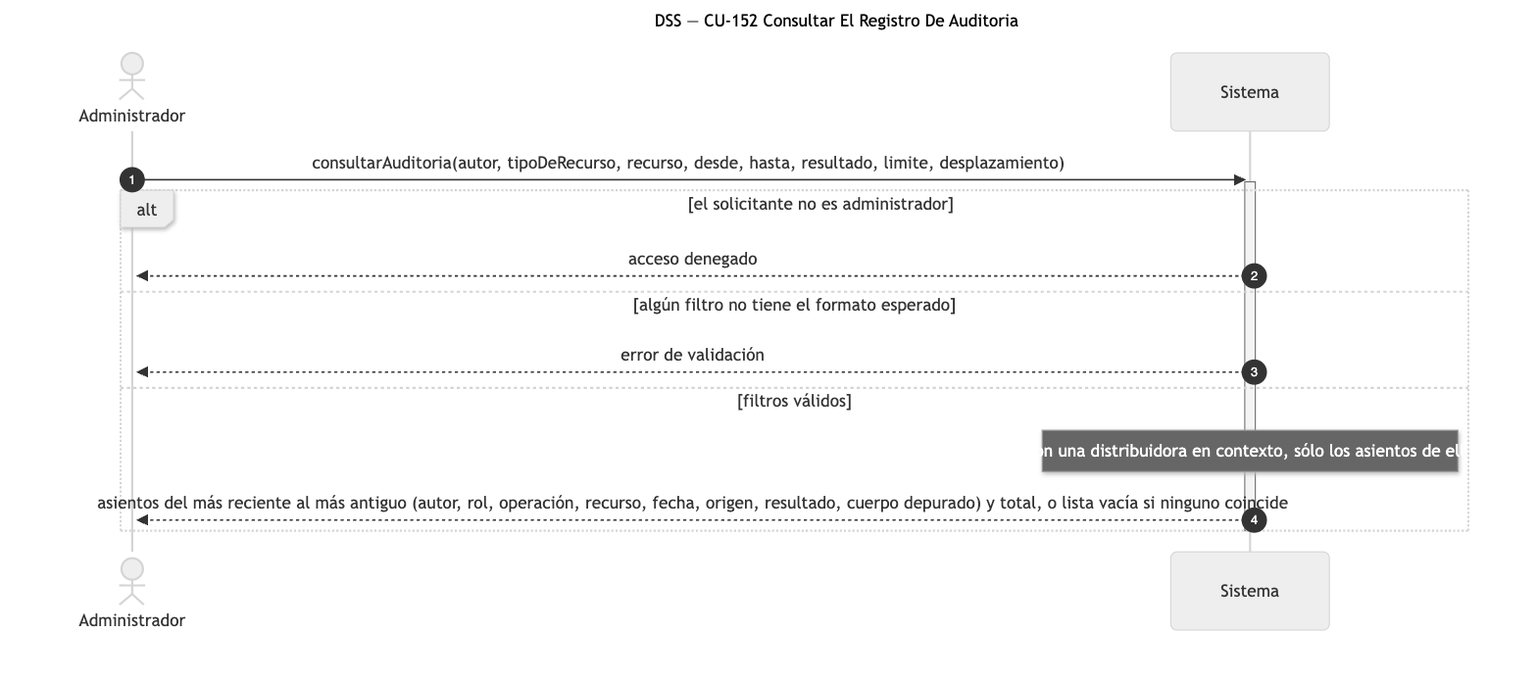
Above: diagramas/png/DSS_CU-152_Consultar-El-Registro-De-Auditoria.png in Nahuelito-Dev/splg-docs (Mermaid), before the change. Its source is kept beside it as diagramas/DSS_CU-152_Consultar-El-Registro-De-Auditoria.mmd. Source of this version:
```mermaid
sequenceDiagram
    title DSS — CU-152 Consultar El Registro De Auditoria
    autonumber
    actor ADM as Administrador
    participant SIS as Sistema

    ADM->>SIS: consultarAuditoria(autor, tipoDeRecurso, recurso, desde, hasta, resultado, limite, desplazamiento)
    activate SIS
    alt el solicitante no es administrador
        SIS-->>ADM: acceso denegado
    else algún filtro no tiene el formato esperado
        SIS-->>ADM: error de validación
    else filtros válidos
        Note over SIS: con una distribuidora en contexto, sólo los asientos de ella
        SIS-->>ADM: asientos del más reciente al más antiguo (autor, rol, operación, recurso, fecha, origen, resultado, cuerpo depurado) y total, o lista vacía si ninguno coincide
    end
    deactivate SIS
```
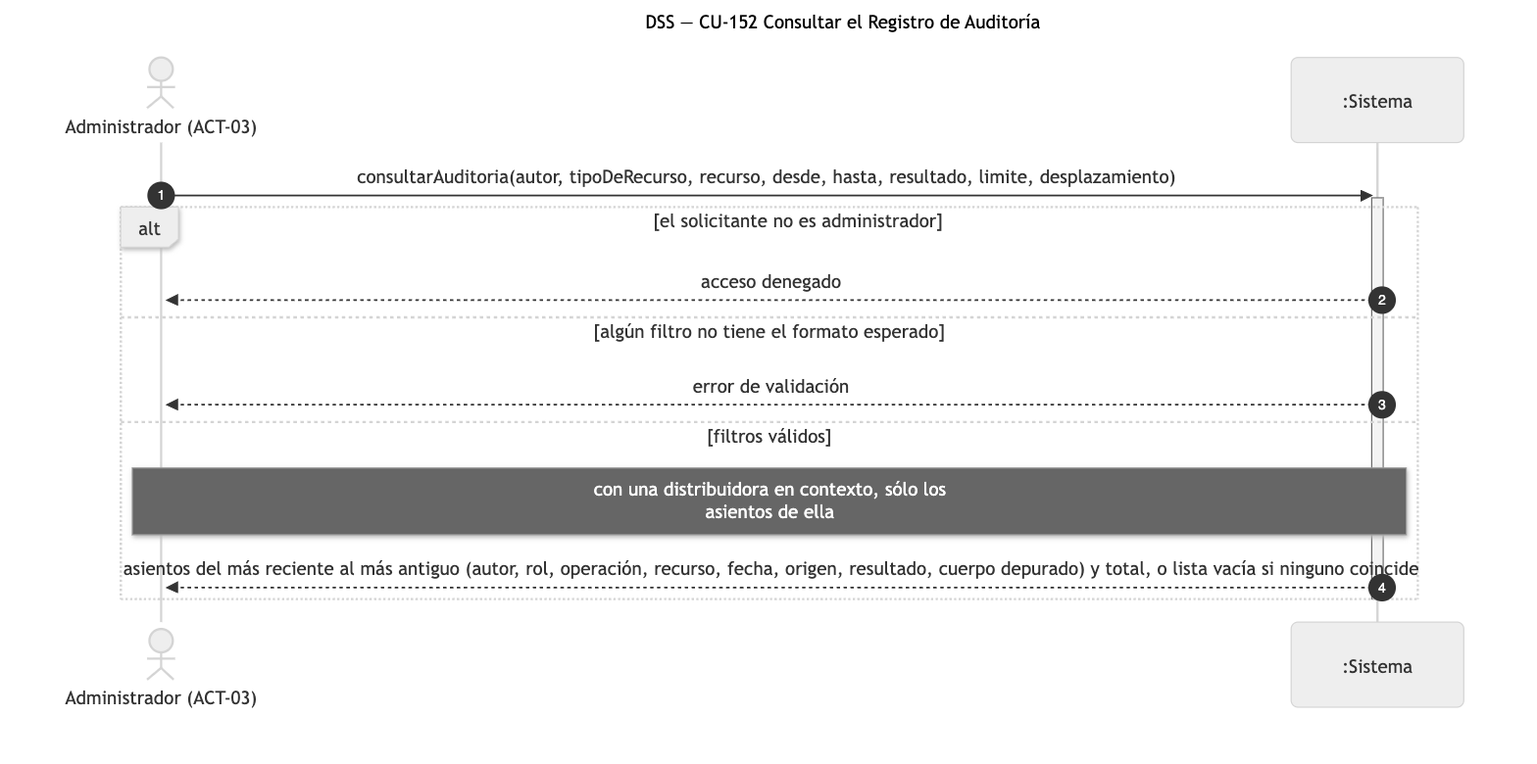
The same file after the commit.

Diff of the diagram source:
```diff
@@ -1,8 +1,8 @@
 sequenceDiagram
-    title DSS — CU-152 Consultar El Registro De Auditoria
+    title DSS — CU-152 Consultar el Registro de Auditoría
     autonumber
-    actor ADM as Administrador
-    participant SIS as Sistema
+    actor ADM as Administrador (ACT-03)
+    participant SIS as :Sistema
 
     ADM->>SIS: consultarAuditoria(autor, tipoDeRecurso, recurso, desde, hasta, resultado, limite, desplazamiento)
     activate SIS
@@ -11,7 +11,7 @@
     else algún filtro no tiene el formato esperado
         SIS-->>ADM: error de validación
     else filtros válidos
-        Note over SIS: con una distribuidora en contexto, sólo los asientos de ella
+        Note over ADM,SIS: con una distribuidora en contexto, sólo los<br/>asientos de ella
         SIS-->>ADM: asientos del más reciente al más antiguo (autor, rol, operación, recurso, fecha, origen, resultado, cuerpo depurado) y total, o lista vacía si ninguno coincide
     end
     deactivate SIS
```
